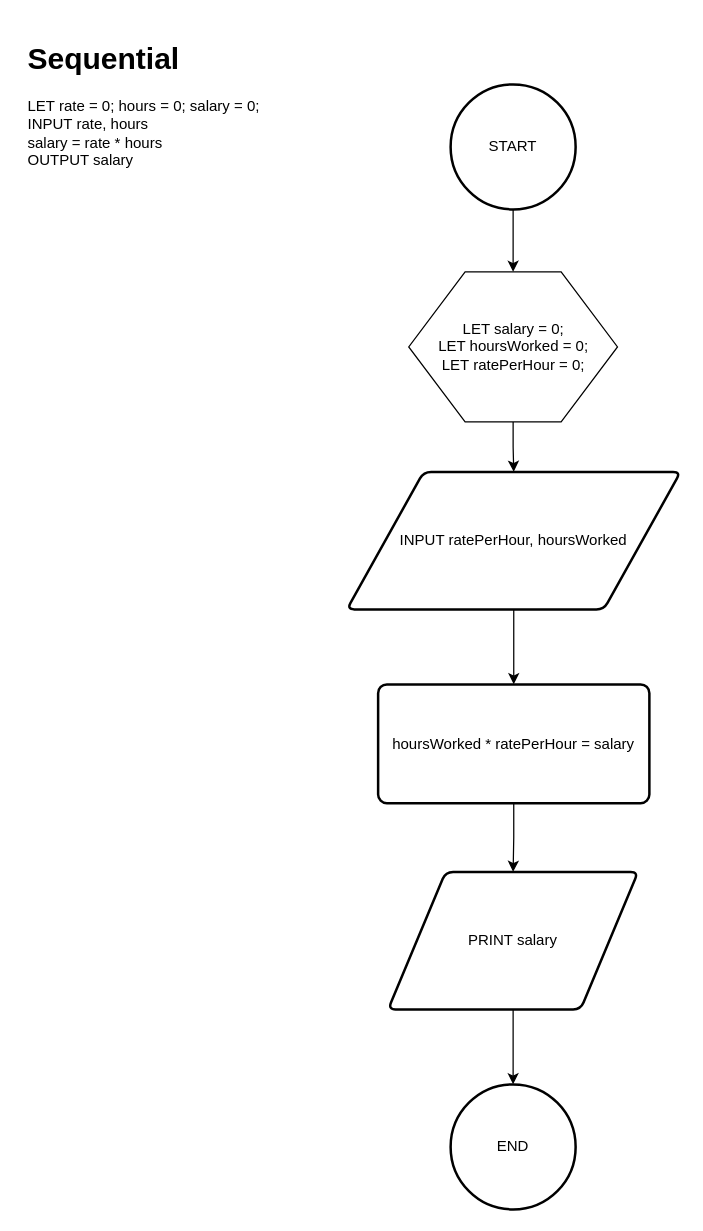
This is Flowcharts/Flowchart: Salary.drawio from laharl143/flowcharts, a draw.io file, before an edit. Source tidied: cells renumbered, new cells numbered last; positions are measured from the earlier drawing's top-left corner, leaving out a move shared by most shapes. Both pictures are drawn from the tidied source at 125%, with x=0, y=0 at pixel (21, 34).
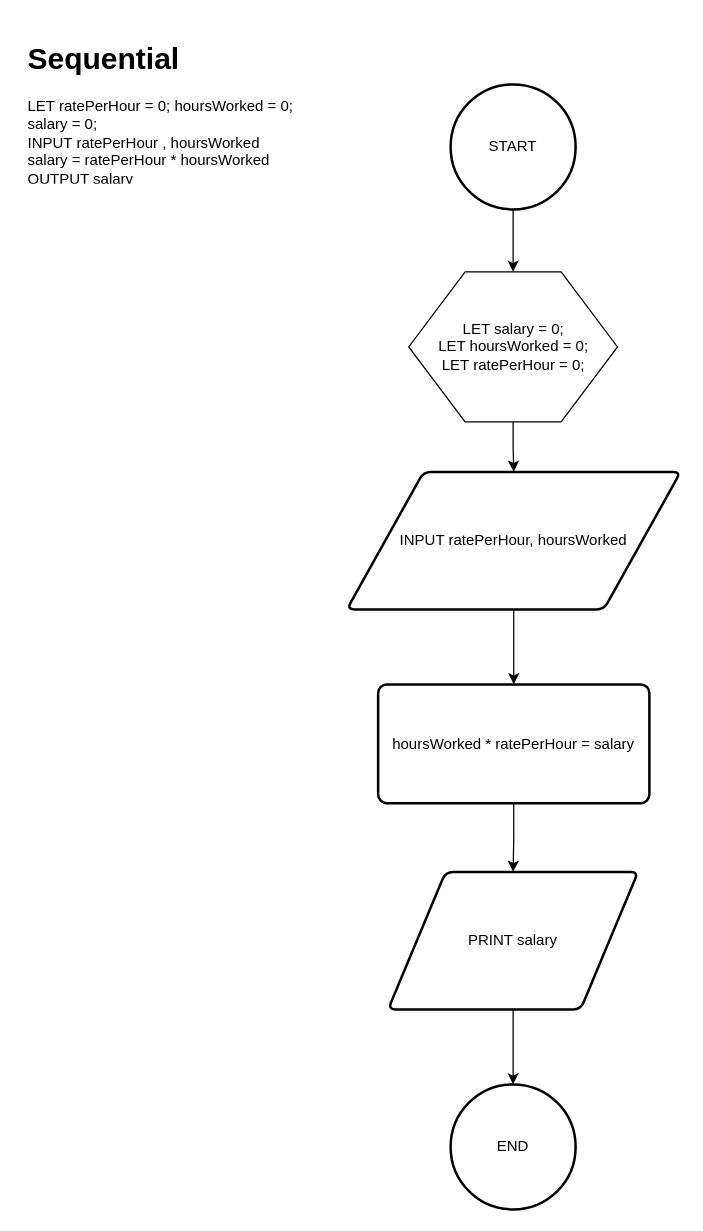
Above is the later version.

The edit, as a diff of the source:
```diff
@@
 <mxGraphModel>
   <root>
     <mxCell id="0" />
     <mxCell id="1" parent="0" />
     <mxCell id="2" style="edgeStyle=orthogonalEdgeStyle;rounded=0;jettySize=auto;html=1;" parent="1" edge="1" source="3" target="5">
       <mxGeometry relative="1" as="geometry" />
     </mxCell>
     <mxCell id="3" value="START" style="strokeWidth=2;html=1;shape=mxgraph.flowchart.start_2;whiteSpace=wrap;" parent="1" vertex="1">
       <mxGeometry x="343" y="40" width="100" height="100" as="geometry" />
     </mxCell>
     <mxCell id="4" style="edgeStyle=orthogonalEdgeStyle;rounded=0;jettySize=auto;html=1;" parent="1" edge="1" source="5" target="7">
       <mxGeometry relative="1" as="geometry" />
     </mxCell>
     <mxCell id="5" value="&lt;div&gt;LET salary = 0;&lt;/div&gt;&lt;div&gt;LET hoursWorked = 0;&lt;/div&gt;&lt;div&gt;LET ratePerHour = 0;&lt;/div&gt;" style="verticalLabelPosition=middle;verticalAlign=middle;html=1;shape=hexagon;perimeter=hexagonPerimeter2;arcSize=6;size=0.27;labelPosition=center;align=center;" parent="1" vertex="1">
       <mxGeometry x="309.5" y="190" width="167" height="120" as="geometry" />
     </mxCell>
     <mxCell id="6" style="edgeStyle=orthogonalEdgeStyle;rounded=0;jettySize=auto;html=1;" parent="1" edge="1" source="7" target="9">
       <mxGeometry relative="1" as="geometry" />
     </mxCell>
     <mxCell id="7" value="&lt;div&gt;INPUT ratePerHour, hoursWorked&lt;/div&gt;" style="shape=parallelogram;html=1;strokeWidth=2;perimeter=parallelogramPerimeter;rounded=1;arcSize=12;size=0.23;whiteSpace=wrap;" parent="1" vertex="1">
       <mxGeometry x="260" y="350" width="267" height="110" as="geometry" />
     </mxCell>
     <mxCell id="8" style="edgeStyle=orthogonalEdgeStyle;rounded=0;jettySize=auto;html=1;" parent="1" edge="1" source="9" target="11">
       <mxGeometry relative="1" as="geometry" />
     </mxCell>
     <mxCell id="9" value="hoursWorked * ratePerHour = salary" style="rounded=1;whiteSpace=wrap;html=1;absoluteArcSize=1;arcSize=14;strokeWidth=2;" parent="1" vertex="1">
       <mxGeometry x="285" y="520" width="217" height="95" as="geometry" />
     </mxCell>
     <mxCell id="10" style="edgeStyle=orthogonalEdgeStyle;rounded=0;jettySize=auto;html=1;" parent="1" edge="1" source="11" target="12">
       <mxGeometry relative="1" as="geometry" />
     </mxCell>
     <mxCell id="11" value="PRINT salary" style="shape=parallelogram;html=1;strokeWidth=2;perimeter=parallelogramPerimeter;whiteSpace=wrap;rounded=1;arcSize=12;size=0.23;" parent="1" vertex="1">
       <mxGeometry x="293" y="670" width="200" height="110" as="geometry" />
     </mxCell>
     <mxCell id="12" value="END" style="strokeWidth=2;html=1;shape=mxgraph.flowchart.start_2;whiteSpace=wrap;" parent="1" vertex="1">
       <mxGeometry x="343" y="840" width="100" height="100" as="geometry" />
     </mxCell>
-    <mxCell id="13" value="&lt;h1&gt;Sequential&lt;/h1&gt;&lt;div&gt;LET rate = 0; hours = 0; salary = 0;&lt;/div&gt;&lt;div&gt;INPUT rate, hours&lt;/div&gt;&lt;div&gt;salary = rate * hours&lt;/div&gt;&lt;div&gt;OUTPUT salary&lt;/div&gt;" style="text;html=1;strokeColor=none;fillColor=none;spacing=5;spacingTop=-20;whiteSpace=wrap;overflow=hidden;rounded=0;" parent="1" vertex="1">
+    <mxCell id="13" value="&lt;h1&gt;Sequential&lt;/h1&gt;&lt;div&gt;&lt;div&gt;LET ratePerHour = 0; hoursWorked = 0; salary = 0;&lt;/div&gt;&lt;div&gt;INPUT ratePerHour&amp;nbsp;, hoursWorked&lt;/div&gt;&lt;span style=&quot;color: rgb(0, 0, 0); --darkreader-inline-color:#e8e6e3;&quot;&gt;salary = ratePerHour *&amp;nbsp;&lt;/span&gt;hoursWorked&lt;br&gt;&lt;div&gt;OUTPUT salary&lt;/div&gt;&lt;/div&gt;" style="text;html=1;strokeColor=none;fillColor=none;spacing=5;spacingTop=-20;whiteSpace=wrap;overflow=hidden;rounded=0;" parent="1" vertex="1">
       <mxGeometry width="240" height="120" as="geometry" />
     </mxCell>
   </root>
 </mxGraphModel>
```
